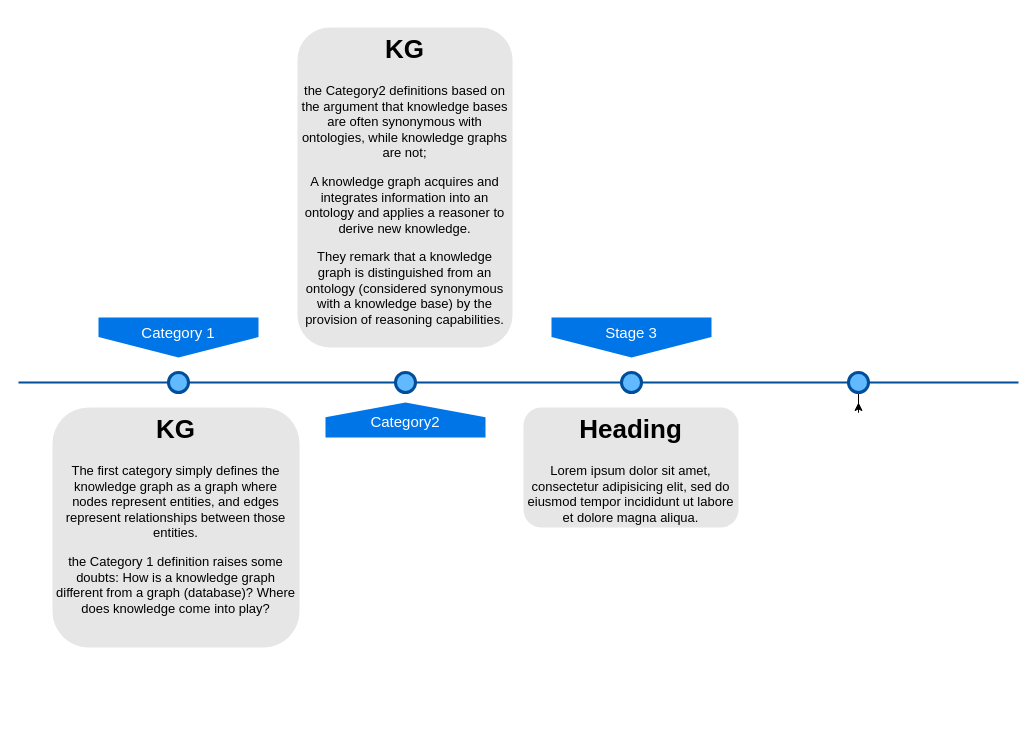
Above: Untitled Diagram.drawio in bilalbenma/codingGame (draw.io), before the change. Source tidied: cells renumbered, new cells numbered last; positions are measured from the earlier drawing's top-left corner, leaving out a move shared by most shapes. Both pictures are drawn from the tidied source at 100%, with x=0, y=0 at pixel (18, 27).
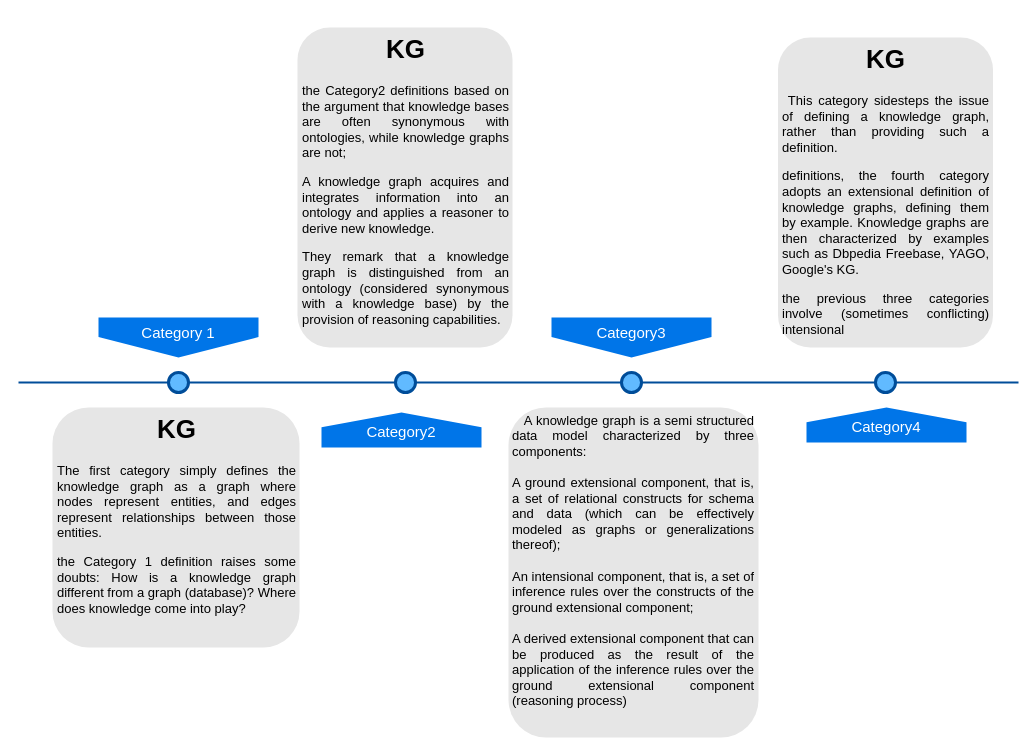
The same page after the edit.

What changed in the source:
```diff
@@
 <mxGraphModel>
   <root>
     <mxCell id="0" />
     <mxCell id="1" parent="0" />
     <mxCell id="2" style="line;strokeWidth=2;html=1;fillColor=none;fontSize=28;fontColor=#004D99;strokeColor=#004D99;" parent="1" vertex="1">
       <mxGeometry y="350" width="1000" height="10" as="geometry" />
     </mxCell>
     <mxCell id="3" value="Category 1" style="shape=offPageConnector;whiteSpace=wrap;html=1;fillColor=#0075E8;fontSize=15;fontColor=#FFFFFF;size=0.5093750000000015;verticalAlign=top;strokeColor=none;" parent="1" vertex="1">
       <mxGeometry x="80" y="290" width="160" height="40" as="geometry" />
     </mxCell>
-    <mxCell id="4" value="&lt;span&gt;Stage 3&lt;/span&gt;" style="shape=offPageConnector;whiteSpace=wrap;html=1;fillColor=#0075E8;fontSize=15;fontColor=#FFFFFF;size=0.5093750000000015;verticalAlign=top;strokeColor=none;" parent="1" vertex="1">
+    <mxCell id="4" value="Category3" style="shape=offPageConnector;whiteSpace=wrap;html=1;fillColor=#0075E8;fontSize=15;fontColor=#FFFFFF;size=0.5093750000000015;verticalAlign=top;strokeColor=none;" parent="1" vertex="1">
       <mxGeometry x="533" y="290" width="160" height="40" as="geometry" />
     </mxCell>
-    <mxCell id="5" value="Category2" style="shape=offPageConnector;whiteSpace=wrap;html=1;fillColor=#0075E8;fontSize=15;fontColor=#FFFFFF;size=0.4178571428571445;flipV=1;verticalAlign=bottom;strokeColor=none;spacingBottom=4;" parent="1" vertex="1">
-      <mxGeometry x="307" y="375" width="160" height="35" as="geometry" />
+    <mxCell id="5" value="Category4" style="shape=offPageConnector;whiteSpace=wrap;html=1;fillColor=#0075E8;fontSize=15;fontColor=#FFFFFF;size=0.4178571428571445;flipV=1;verticalAlign=bottom;strokeColor=none;spacingBottom=4;" parent="1" vertex="1">
+      <mxGeometry x="788" y="380" width="160" height="35" as="geometry" />
     </mxCell>
     <mxCell id="6" style="ellipse;whiteSpace=wrap;html=1;fillColor=#61BAFF;fontSize=28;fontColor=#004D99;strokeWidth=3;strokeColor=#004D99;" parent="1" vertex="1">
       <mxGeometry x="150" y="345" width="20" height="20" as="geometry" />
     </mxCell>
     <mxCell id="7" style="ellipse;whiteSpace=wrap;html=1;fillColor=#61BAFF;fontSize=28;fontColor=#004D99;strokeWidth=3;strokeColor=#004D99;" parent="1" vertex="1">
       <mxGeometry x="377" y="345" width="20" height="20" as="geometry" />
     </mxCell>
     <mxCell id="8" style="ellipse;whiteSpace=wrap;html=1;fillColor=#61BAFF;fontSize=28;fontColor=#004D99;strokeWidth=3;strokeColor=#004D99;" parent="1" vertex="1">
       <mxGeometry x="603" y="345" width="20" height="20" as="geometry" />
     </mxCell>
-    <mxCell id="9" style="edgeStyle=orthogonalEdgeStyle;rounded=0;jettySize=auto;html=1;" parent="1" edge="1" source="10">
-      <mxGeometry relative="1" as="geometry">
-        <mxPoint x="840" y="375" as="targetPoint" />
-      </mxGeometry>
-    </mxCell>
     <mxCell id="10" style="ellipse;whiteSpace=wrap;html=1;fillColor=#61BAFF;fontSize=28;fontColor=#004D99;strokeWidth=3;strokeColor=#004D99;" parent="1" vertex="1">
-      <mxGeometry x="830" y="345" width="20" height="20" as="geometry" />
+      <mxGeometry x="857" y="345" width="20" height="20" as="geometry" />
     </mxCell>
-    <mxCell id="11" value="&lt;h1&gt;KG&lt;/h1&gt;&lt;p&gt;The first category simply defines the knowledge graph as a graph where nodes represent entities, and edges represent relationships between those entities.&lt;/p&gt;&lt;p&gt;the Category 1 definition raises some doubts: How is a knowledge graph different from a graph (database)? Where does knowledge come into play?&lt;br&gt;&lt;/p&gt;" style="text;html=1;spacing=5;spacingTop=-20;whiteSpace=wrap;overflow=hidden;strokeColor=none;strokeWidth=3;fillColor=#E6E6E6;fontSize=13;fontColor=#000000;align=center;rounded=1;" parent="1" vertex="1">
+    <mxCell id="11" value="&lt;h1 align=&quot;center&quot;&gt;KG&lt;/h1&gt;&lt;p align=&quot;justify&quot;&gt;The first category simply defines the knowledge graph as a graph where nodes represent entities, and edges represent relationships between those entities.&lt;/p&gt;&lt;p align=&quot;justify&quot;&gt;the Category 1 definition raises some doubts: How is a knowledge graph different from a graph (database)? Where does knowledge come into play?&lt;br&gt;&lt;/p&gt;" style="text;html=1;spacing=5;spacingTop=-20;whiteSpace=wrap;overflow=hidden;strokeColor=none;strokeWidth=3;fillColor=#E6E6E6;fontSize=13;fontColor=#000000;align=left;rounded=1;" parent="1" vertex="1">
       <mxGeometry x="34" y="380" width="247" height="240" as="geometry" />
     </mxCell>
-    <mxCell id="12" value="&lt;h1&gt;KG&lt;br&gt;&lt;/h1&gt;&lt;p&gt;the Category2 definitions based on the argument that knowledge bases are often synonymous with ontologies, while knowledge graphs are not;&lt;/p&gt;&lt;p&gt;A knowledge graph acquires and integrates information into an ontology and applies a reasoner to derive new knowledge.&lt;/p&gt;&lt;p&gt;They remark that a knowledge graph is distinguished from an ontology (considered synonymous with a knowledge base) by the provision of reasoning capabilities.&lt;br&gt;&lt;/p&gt;" style="text;html=1;spacing=5;spacingTop=-20;whiteSpace=wrap;overflow=hidden;strokeColor=none;strokeWidth=3;fillColor=#E6E6E6;fontSize=13;fontColor=#000000;align=center;rounded=1;" parent="1" vertex="1">
+    <mxCell id="12" value="&lt;h1 align=&quot;center&quot;&gt;KG&lt;br&gt;&lt;/h1&gt;&lt;p align=&quot;justify&quot;&gt;the Category2 definitions based on the argument that knowledge bases are often synonymous with ontologies, while knowledge graphs are not;&lt;/p&gt;&lt;p align=&quot;justify&quot;&gt;A knowledge graph acquires and integrates information into an ontology and applies a reasoner to derive new knowledge.&lt;/p&gt;&lt;p align=&quot;justify&quot;&gt;They remark that a knowledge graph is distinguished from an ontology (considered synonymous with a knowledge base) by the provision of reasoning capabilities.&lt;br&gt;&lt;/p&gt;" style="text;html=1;spacing=5;spacingTop=-20;whiteSpace=wrap;overflow=hidden;strokeColor=none;strokeWidth=3;fillColor=#E6E6E6;fontSize=13;fontColor=#000000;align=left;rounded=1;" parent="1" vertex="1">
       <mxGeometry x="279" width="215" height="320" as="geometry" />
     </mxCell>
-    <mxCell id="13" value="&lt;h1&gt;Heading&lt;/h1&gt;&lt;p&gt;Lorem ipsum dolor sit amet, consectetur adipisicing elit, sed do eiusmod tempor incididunt ut labore et dolore magna aliqua.&lt;/p&gt;" style="text;html=1;spacing=5;spacingTop=-20;whiteSpace=wrap;overflow=hidden;strokeColor=none;strokeWidth=3;fillColor=#E6E6E6;fontSize=13;fontColor=#000000;align=center;rounded=1;" parent="1" vertex="1">
-      <mxGeometry x="505" y="380" width="215" height="120" as="geometry" />
+    <mxCell id="13" value="&lt;div&gt;&lt;br&gt;&lt;/div&gt;&lt;div align=&quot;justify&quot;&gt;&amp;nbsp;&amp;nbsp; A knowledge graph is a semi structured data model characterized by three components:&lt;br&gt;&lt;/div&gt;&lt;div&gt;&lt;br&gt;&lt;/div&gt;&lt;div align=&quot;justify&quot;&gt;A ground extensional component, that is, a set of relational constructs for schema and data (which can be effectively modeled as graphs or generalizations thereof);&lt;/div&gt;&lt;div align=&quot;left&quot;&gt;&lt;br&gt;&lt;/div&gt;&lt;div align=&quot;justify&quot;&gt;An intensional component, that is, a set of inference rules over the constructs of the ground extensional component;&lt;/div&gt;&lt;div align=&quot;left&quot;&gt;&lt;br&gt;&lt;/div&gt;&lt;div align=&quot;justify&quot;&gt;A derived extensional component that can be produced as the result of the application of the inference rules over the ground extensional component (reasoning process)&lt;br&gt;&lt;/div&gt;" style="text;html=1;spacing=5;spacingTop=-20;whiteSpace=wrap;overflow=hidden;strokeColor=none;strokeWidth=3;fillColor=#E6E6E6;fontSize=13;fontColor=#000000;align=center;rounded=1;" parent="1" vertex="1">
+      <mxGeometry x="490" y="380" width="250" height="330" as="geometry" />
     </mxCell>
+    <mxCell id="14" value="&lt;h1&gt;KG&lt;/h1&gt;&lt;p align=&quot;justify&quot;&gt;&amp;nbsp;This category sidesteps the issue of defining a knowledge graph, rather than providing such a definition.&lt;/p&gt;&lt;p align=&quot;justify&quot;&gt;definitions, the fourth category adopts an extensional definition of knowledge graphs, defining them by example. Knowledge graphs are then characterized by examples such as Dbpedia Freebase, YAGO, Google's KG.&lt;/p&gt;&lt;p align=&quot;justify&quot;&gt;the previous three categories involve (sometimes conflicting) intensional&lt;br&gt;&lt;/p&gt;" style="text;html=1;spacing=5;spacingTop=-20;whiteSpace=wrap;overflow=hidden;strokeColor=none;strokeWidth=3;fillColor=#E6E6E6;fontSize=13;fontColor=#000000;align=center;rounded=1;" parent="1" vertex="1">
+      <mxGeometry x="759.5" y="10" width="215" height="310" as="geometry" />
+    </mxCell>
+    <mxCell id="15" value="Category2" style="shape=offPageConnector;whiteSpace=wrap;html=1;fillColor=#0075E8;fontSize=15;fontColor=#FFFFFF;size=0.4178571428571445;flipV=1;verticalAlign=bottom;strokeColor=none;spacingBottom=4;" parent="1" vertex="1">
+      <mxGeometry x="303" y="385" width="160" height="35" as="geometry" />
+    </mxCell>
   </root>
 </mxGraphModel>
```
